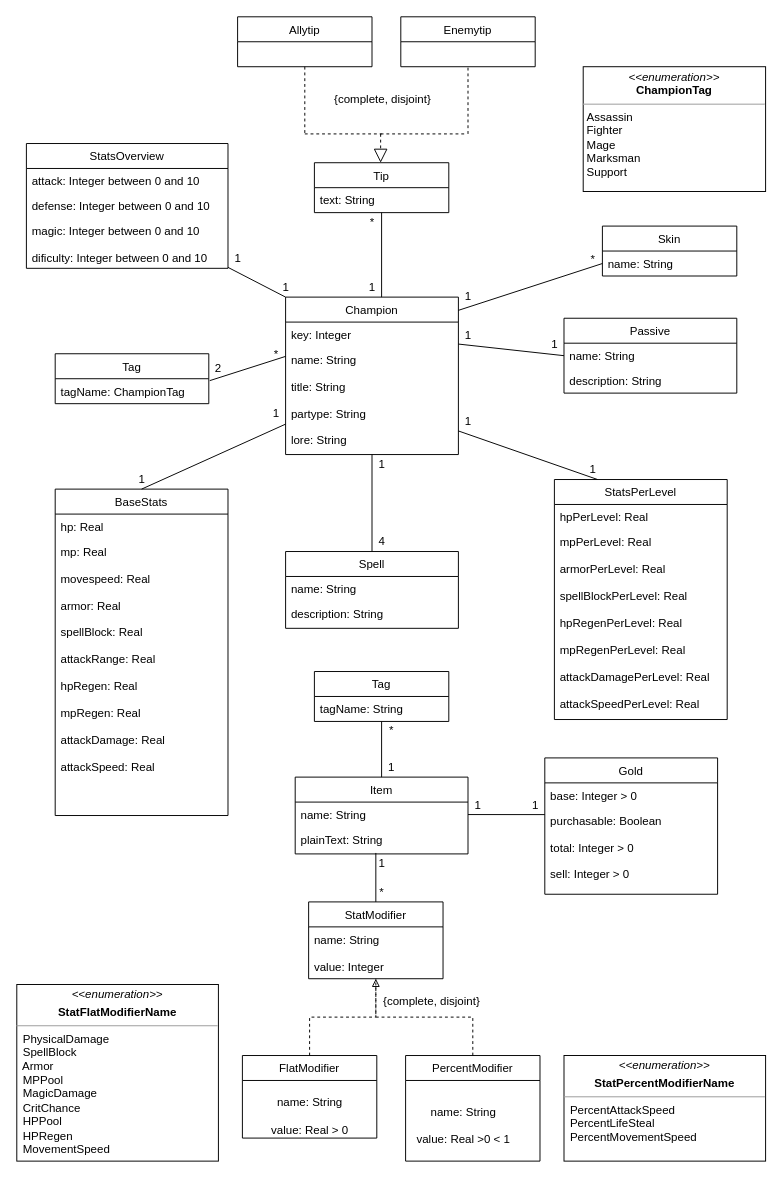
Before: docs/UML.drawio in MiNeves00/PRI2021, a draw.io diagram. Source tidied: cells renumbered, new cells numbered last; positions are measured from the earlier drawing's top-left corner, leaving out a move shared by most shapes. Both pictures are drawn from the tidied source at 96%, with x=0, y=0 at pixel (16, 16).
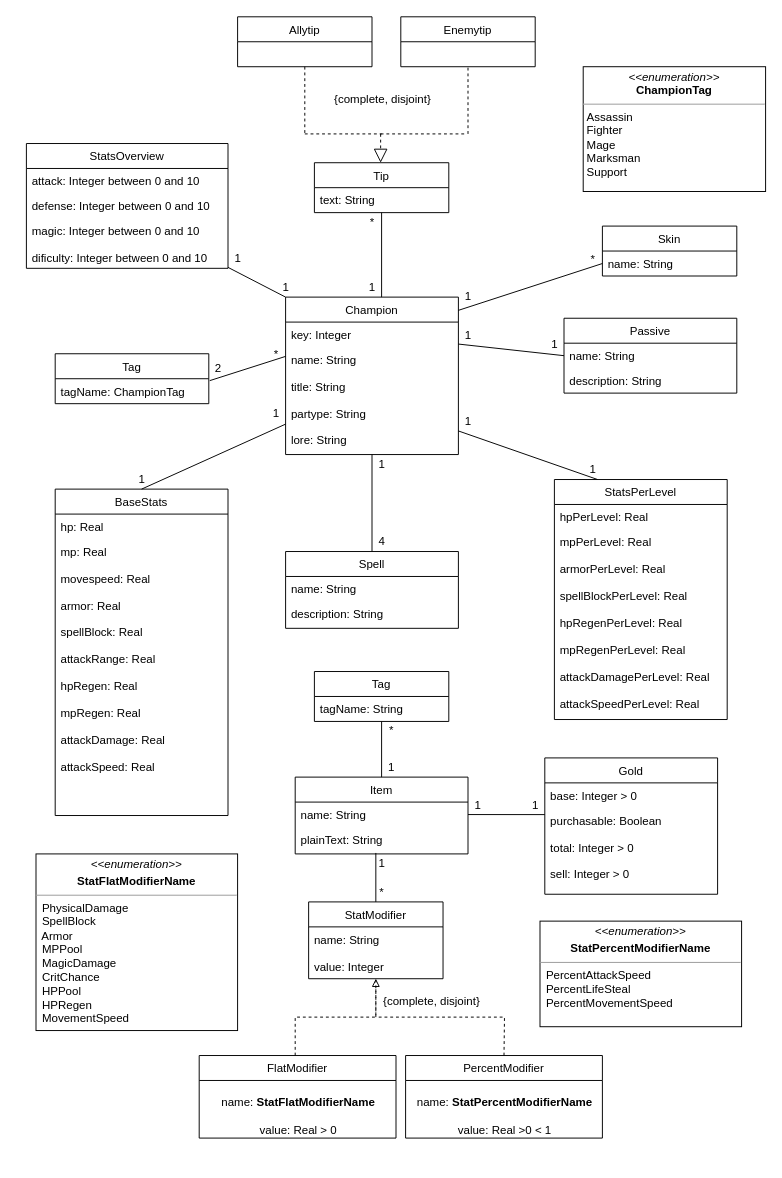
After the change.

Commit message:
updated modifier data types to respective enum

The change refers to these unchanged cells:
```xml
<mxCell id="53" value="StatModifier" style="swimlane;fontStyle=0;horizontal=1;startSize=26;fillColor=none;" parent="1" vertex="1">
  <mxGeometry x="304" y="922" width="140" height="80" as="geometry" />
</mxCell>
```

Diff of the diagram source:
```diff
@@
     <mxCell id="82" value="&lt;p style=&quot;margin: 0px ; margin-top: 4px ; text-align: center&quot;&gt;&lt;i&gt;&amp;lt;&amp;lt;enumeration&amp;gt;&amp;gt;&lt;/i&gt;&lt;/p&gt;&lt;p style=&quot;margin: 0px ; margin-top: 4px ; text-align: center&quot;&gt;&lt;b&gt;StatFlatModifierName&lt;/b&gt;&lt;br&gt;&lt;/p&gt;&lt;hr size=&quot;1&quot;&gt;&lt;div&gt;&amp;nbsp; PhysicalDamage&lt;/div&gt;&lt;div&gt;&amp;nbsp; SpellBlock&lt;/div&gt;&lt;div&gt;&amp;nbsp; Armor&lt;/div&gt;&lt;div&gt;&amp;nbsp; MPPool&lt;/div&gt;&lt;div&gt;&amp;nbsp; MagicDamage&lt;/div&gt;&lt;div&gt;&amp;nbsp; CritChance&lt;/div&gt;&lt;div&gt;&amp;nbsp; HPPool&lt;/div&gt;&lt;div&gt;&amp;nbsp; HPRegen&lt;/div&gt;&lt;div&gt;&amp;nbsp; MovementSpeed&lt;br&gt;&lt;/div&gt;&lt;p style=&quot;margin: 0px ; margin-left: 4px&quot;&gt;&lt;br&gt;&lt;/p&gt;&lt;p style=&quot;margin: 0px ; margin-left: 4px&quot;&gt;&lt;br&gt;&lt;/p&gt;&lt;p style=&quot;margin: 0px ; margin-left: 4px&quot;&gt;&lt;br&gt;&lt;/p&gt;&lt;p style=&quot;margin: 0px ; margin-left: 4px&quot;&gt;&lt;br&gt;&lt;/p&gt;&lt;p style=&quot;margin: 0px ; margin-left: 4px&quot;&gt;&lt;br&gt;&lt;/p&gt;&lt;hr size=&quot;1&quot;&gt;&lt;p style=&quot;margin: 0px ; margin-left: 4px&quot;&gt;&lt;br&gt;&lt;/p&gt;" style="verticalAlign=top;align=left;overflow=fill;fontSize=12;fontFamily=Helvetica;html=1;" parent="1" vertex="1">
-      <mxGeometry y="1008" width="210" height="184" as="geometry" />
+      <mxGeometry x="20" y="872" width="210" height="184" as="geometry" />
     </mxCell>
     <mxCell id="83" value="FlatModifier" style="swimlane;fontStyle=0;horizontal=1;startSize=26;fillColor=none;" parent="1" vertex="1">
-      <mxGeometry x="235" y="1082" width="140" height="86" as="geometry" />
+      <mxGeometry x="190" y="1082" width="205" height="86" as="geometry" />
     </mxCell>
-    <mxCell id="84" value="&lt;br&gt;name: String&lt;br&gt;&lt;br&gt;value: Real &amp;gt; 0&lt;br&gt;" style="text;html=1;align=center;verticalAlign=middle;strokeColor=none;fillColor=none;" parent="83" vertex="1">
-      <mxGeometry y="26" width="140" height="60" as="geometry" />
+    <mxCell id="84" value="&lt;br&gt;name:&amp;nbsp;&lt;b&gt;StatFlatModifierName&lt;/b&gt;&lt;br&gt;&lt;br&gt;value: Real &amp;gt; 0" style="text;html=1;align=center;verticalAlign=middle;strokeColor=none;fillColor=none;" parent="83" vertex="1">
+      <mxGeometry y="26" width="205" height="60" as="geometry" />
     </mxCell>
     <mxCell id="85" value="PercentModifier" style="swimlane;fontStyle=0;horizontal=1;startSize=26;fillColor=none;" parent="1" vertex="1">
-      <mxGeometry x="405" y="1082" width="140" height="110" as="geometry" />
+      <mxGeometry x="405" y="1082" width="205" height="86" as="geometry" />
     </mxCell>
+    <mxCell id="87" value="&lt;br&gt;name:&amp;nbsp;&lt;b&gt;StatPercentModifierName&lt;/b&gt;&lt;br&gt;&lt;br&gt;value: Real &amp;gt;0 &amp;lt; 1" style="text;html=1;align=center;verticalAlign=middle;strokeColor=none;fillColor=none;" parent="85" vertex="1">
+      <mxGeometry y="26" width="205" height="60" as="geometry" />
+    </mxCell>
@@
-    <mxCell id="87" value="&lt;br&gt;name: String&lt;br&gt;&lt;br&gt;value: Real &amp;gt;0 &amp;lt; 1&lt;br&gt;" style="text;html=1;align=center;verticalAlign=middle;strokeColor=none;fillColor=none;" parent="1" vertex="1">
-      <mxGeometry x="410" y="1118" width="110" height="60" as="geometry" />
-    </mxCell>
-    <mxCell id="88" style="endArrow=block;dashed=1;html=1;rounded=0;exitX=0.5;exitY=0;exitDx=0;exitDy=0;entryX=0.5;entryY=1;entryDx=0;entryDy=0;strokeColor=default;endFill=0;" parent="1" edge="1" source="83" target="53">
+    <mxCell id="88" style="endArrow=block;dashed=1;html=1;rounded=0;entryX=0.5;entryY=1;entryDx=0;entryDy=0;strokeColor=default;endFill=0;" parent="1" edge="1" target="53">
       <mxGeometry relative="1" as="geometry">
+        <mxPoint x="290" y="1082" as="sourcePoint" />
         <Array as="points">
-          <mxPoint x="305" y="1042" />
+          <mxPoint x="290" y="1042" />
           <mxPoint x="374" y="1042" />
         </Array>
       </mxGeometry>
     </mxCell>
     <mxCell id="89" style="endArrow=none;dashed=1;html=1;rounded=0;strokeColor=default;exitX=0.5;exitY=0;exitDx=0;exitDy=0;entryX=0.5;entryY=1;entryDx=0;entryDy=0;" parent="1" edge="1" source="85" target="53">
       <mxGeometry relative="1" as="geometry">
         <Array as="points">
-          <mxPoint x="475" y="1042" />
+          <mxPoint x="508" y="1042" />
           <mxPoint x="374" y="1042" />
         </Array>
       </mxGeometry>
     </mxCell>
     <mxCell id="90" value="&lt;p style=&quot;margin: 0px ; margin-top: 4px ; text-align: center&quot;&gt;&lt;i&gt;&amp;lt;&amp;lt;enumeration&amp;gt;&amp;gt;&lt;/i&gt;&lt;/p&gt;&lt;p style=&quot;margin: 0px ; margin-top: 4px ; text-align: center&quot;&gt;&lt;b&gt;StatPercentModifierName&lt;/b&gt;&lt;br&gt;&lt;/p&gt;&lt;hr size=&quot;1&quot;&gt;&lt;div&gt;&amp;nbsp; PercentAttackSpeed&lt;/div&gt;&lt;div&gt;&amp;nbsp; PercentLifeSteal&lt;/div&gt;&lt;div&gt;&amp;nbsp; PercentMovementSpeed&lt;/div&gt;&lt;br&gt;&lt;p style=&quot;margin: 0px ; margin-left: 4px&quot;&gt;&lt;br&gt;&lt;/p&gt;&lt;p style=&quot;margin: 0px ; margin-left: 4px&quot;&gt;&lt;br&gt;&lt;/p&gt;&lt;p style=&quot;margin: 0px ; margin-left: 4px&quot;&gt;&lt;br&gt;&lt;/p&gt;&lt;p style=&quot;margin: 0px ; margin-left: 4px&quot;&gt;&lt;br&gt;&lt;/p&gt;&lt;p style=&quot;margin: 0px ; margin-left: 4px&quot;&gt;&lt;br&gt;&lt;/p&gt;&lt;hr size=&quot;1&quot;&gt;&lt;p style=&quot;margin: 0px ; margin-left: 4px&quot;&gt;&lt;br&gt;&lt;/p&gt;" style="verticalAlign=top;align=left;overflow=fill;fontSize=12;fontFamily=Helvetica;html=1;" parent="1" vertex="1">
-      <mxGeometry x="570" y="1082" width="210" height="110" as="geometry" />
+      <mxGeometry x="545" y="942" width="210" height="110" as="geometry" />
     </mxCell>
```
